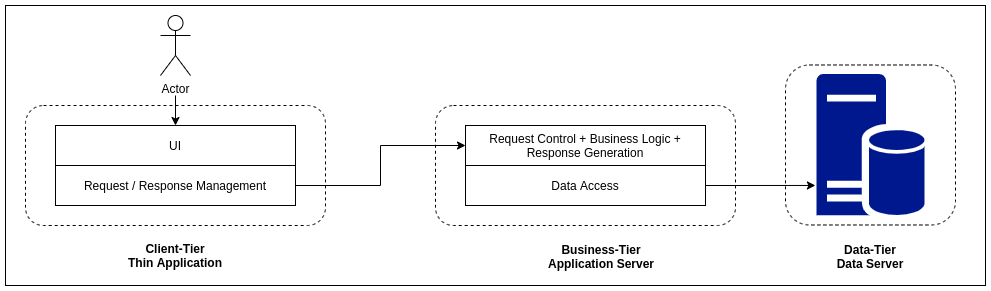
Above: P1-Big-Picture/Multi-Tier.png in oiraqi/eas (draw.io), before the change. Source tidied: cells renumbered, new cells last; positions are measured from the earlier drawing's top-left corner, leaving out a move shared by most shapes.
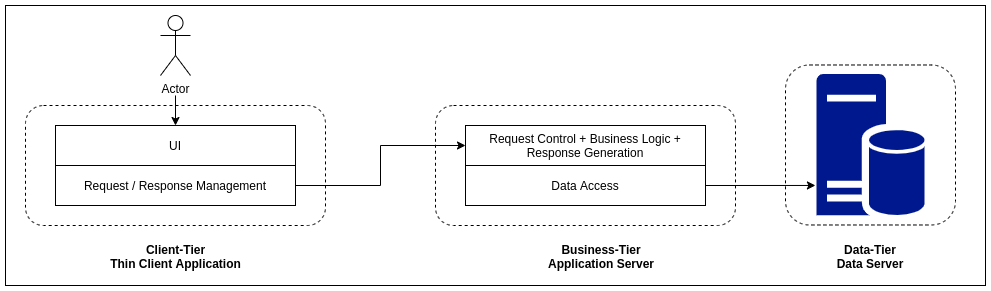
After the change.

What changed in the source:
```diff
@@ -19,8 +19,8 @@
     <mxCell id="6" style="rounded=0;whiteSpace=wrap;html=1;" parent="1" vertex="1">
       <mxGeometry x="50" y="120" width="240" height="40" as="geometry" />
     </mxCell>
-    <mxCell id="7" value="Client-Tier&lt;br&gt;Thin Application" style="text;html=1;strokeColor=none;fillColor=none;align=center;verticalAlign=middle;whiteSpace=wrap;rounded=0;fontStyle=1;" parent="1" vertex="1">
-      <mxGeometry x="115" y="240" width="110" height="20" as="geometry" />
+    <mxCell id="7" value="Client-Tier&lt;br&gt;Thin Client Application" style="text;html=1;strokeColor=none;fillColor=none;align=center;verticalAlign=middle;whiteSpace=wrap;rounded=0;fontStyle=1;" parent="1" vertex="1">
+      <mxGeometry x="102.5" y="240.5" width="135" height="20" as="geometry" />
     </mxCell>
     <mxCell id="8" value="UI" style="text;html=1;strokeColor=none;fillColor=none;align=center;verticalAlign=middle;whiteSpace=wrap;rounded=0;" parent="1" vertex="1">
       <mxGeometry x="150" y="130" width="40" height="20" as="geometry" />
```
